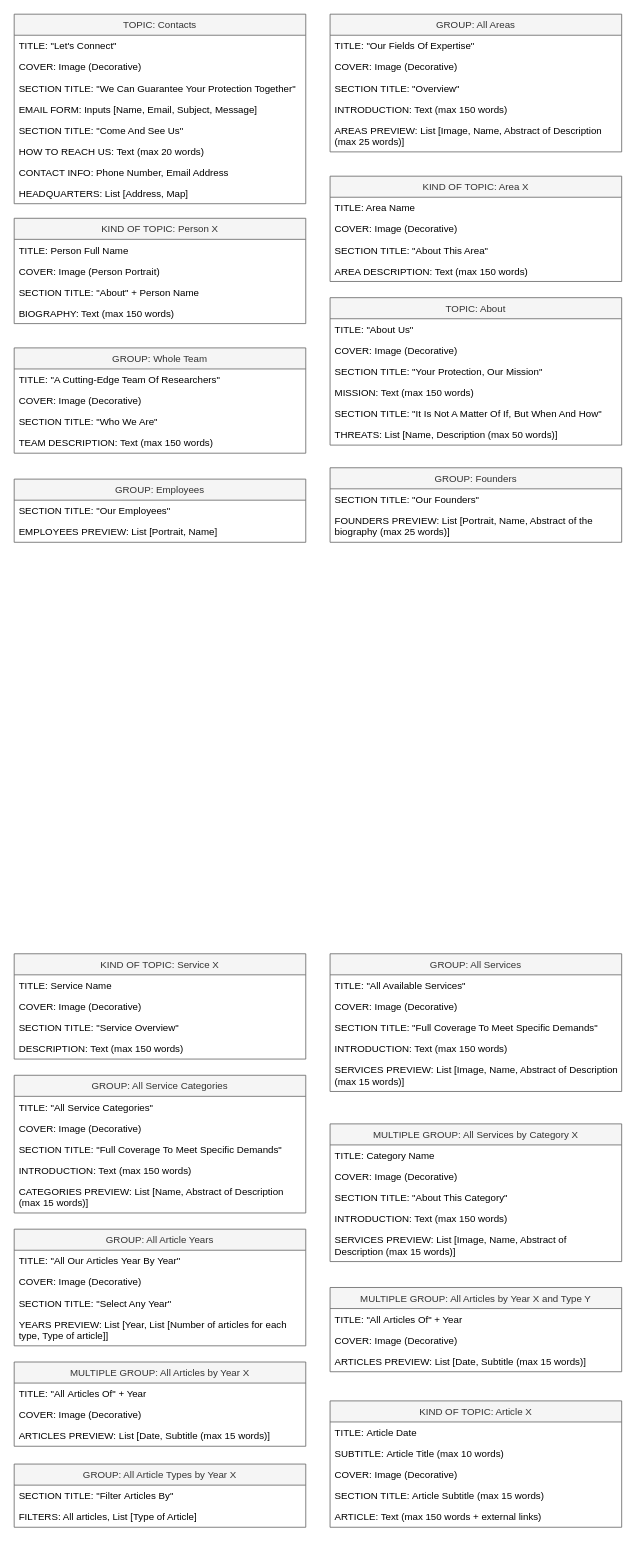
The draw.io diagram page "C-IDM Small" (2 of 3) of design document/models/C-IDM + Mapping.drawio in lorenzofratus/secure-network-rebrand, before the edit. Source tidied: cells renumbered, new cells numbered last; positions are measured from the earlier drawing's top-left corner, leaving out a move shared by most shapes. Both pictures are drawn from the tidied source at 81%, with x=0, y=0 at pixel (14, 14).
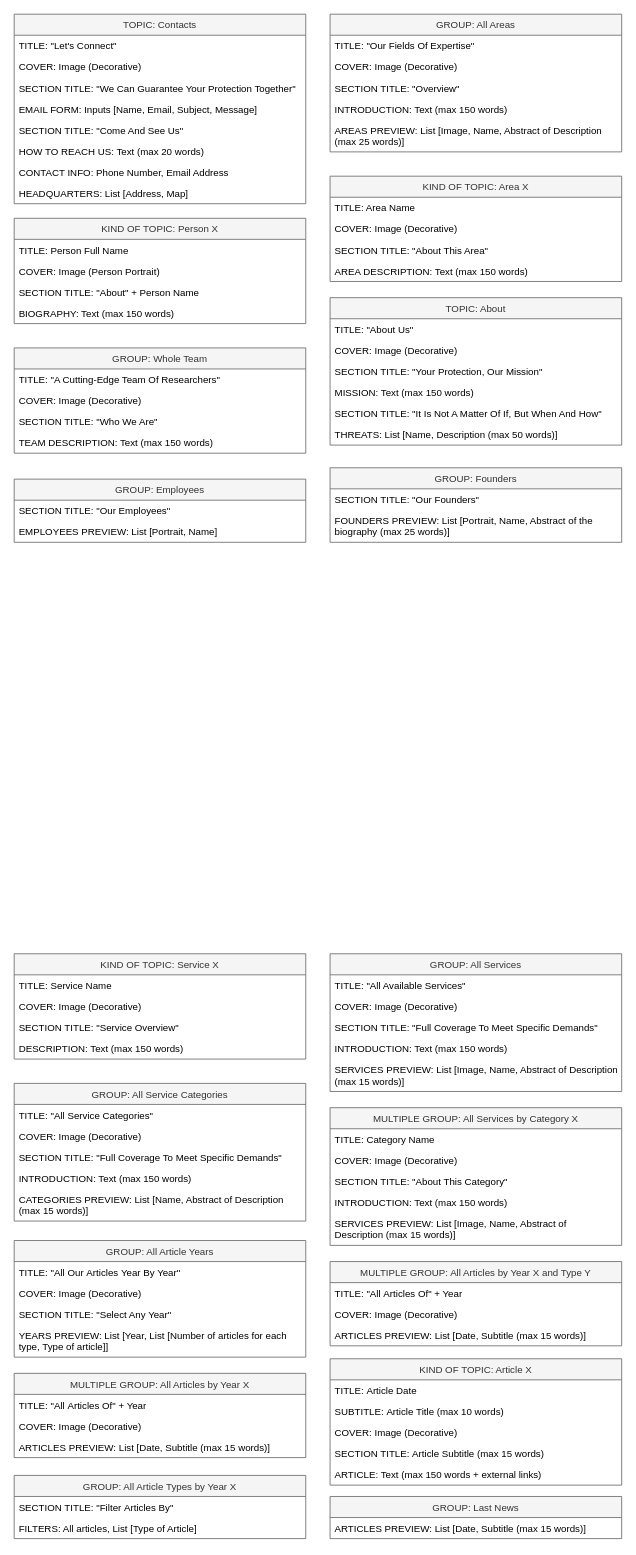
The same diagram, later.

The edit, as a diff of the source:
```diff
@@
     <mxCell id="51" value="GROUP: All Service Categories" style="swimlane;fontStyle=0;horizontal=1;startSize=26;align=center;fillColor=#f5f5f5;strokeColor=#666666;fontColor=#333333;" parent="1" vertex="1">
-      <mxGeometry y="1310" width="360" height="170" as="geometry" />
+      <mxGeometry y="1320" width="360" height="170" as="geometry" />
     </mxCell>
@@
     <mxCell id="57" value="MULTIPLE GROUP: All Services by Category X" style="swimlane;fontStyle=0;horizontal=1;startSize=26;align=center;fillColor=#f5f5f5;strokeColor=#666666;fontColor=#333333;" parent="1" vertex="1">
-      <mxGeometry x="390" y="1370" width="360" height="170" as="geometry" />
+      <mxGeometry x="390" y="1350" width="360" height="170" as="geometry" />
     </mxCell>
@@
     <mxCell id="68" value="GROUP: All Article Years" style="swimlane;fontStyle=0;horizontal=1;startSize=26;align=center;fillColor=#f5f5f5;strokeColor=#666666;fontColor=#333333;" parent="1" vertex="1">
-      <mxGeometry y="1500" width="360" height="144" as="geometry" />
+      <mxGeometry y="1514" width="360" height="144" as="geometry" />
     </mxCell>
@@
     <mxCell id="73" value="MULTIPLE GROUP: All Articles by Year X" style="swimlane;fontStyle=0;horizontal=1;startSize=26;align=center;fillColor=#f5f5f5;strokeColor=#666666;fontColor=#333333;" parent="1" vertex="1">
-      <mxGeometry y="1664" width="360" height="104" as="geometry" />
+      <mxGeometry y="1678" width="360" height="104" as="geometry" />
     </mxCell>
@@
     <mxCell id="77" value="GROUP: All Article Types by Year X" style="swimlane;fontStyle=0;horizontal=1;startSize=26;align=center;fillColor=#f5f5f5;strokeColor=#666666;fontColor=#333333;" parent="1" vertex="1">
-      <mxGeometry y="1790" width="360" height="78" as="geometry" />
+      <mxGeometry y="1804" width="360" height="78" as="geometry" />
     </mxCell>
@@
     <mxCell id="80" value="MULTIPLE GROUP: All Articles by Year X and Type Y" style="swimlane;fontStyle=0;horizontal=1;startSize=26;align=center;fillColor=#f5f5f5;strokeColor=#666666;fontColor=#333333;" parent="1" vertex="1">
-      <mxGeometry x="390" y="1572" width="360" height="104" as="geometry" />
+      <mxGeometry x="390" y="1540" width="360" height="104" as="geometry" />
     </mxCell>
@@
     <mxCell id="84" value="KIND OF TOPIC: Article X" style="swimlane;fontStyle=0;horizontal=1;startSize=26;align=center;fillColor=#f5f5f5;strokeColor=#666666;fontColor=#333333;" parent="1" vertex="1">
-      <mxGeometry x="390" y="1712" width="360" height="156" as="geometry" />
+      <mxGeometry x="390" y="1660" width="360" height="156" as="geometry" />
     </mxCell>
@@
+    <mxCell id="90" value="&lt;span style=&quot;&quot;&gt;&lt;/span&gt;" style="text;whiteSpace=wrap;html=1;" parent="1" vertex="1">
+      <mxGeometry x="140" y="1824" width="30" height="20" as="geometry" />
+    </mxCell>
+    <mxCell id="91" value="GROUP: Last News" style="swimlane;fontStyle=0;horizontal=1;startSize=26;align=center;fillColor=#f5f5f5;strokeColor=#666666;fontColor=#333333;" parent="1" vertex="1">
+      <mxGeometry x="390" y="1830" width="360" height="52" as="geometry" />
+    </mxCell>
+    <mxCell id="92" value="ARTICLES PREVIEW: List [Date, Subtitle (max 15 words)]" style="text;align=left;verticalAlign=top;spacingLeft=4;spacingRight=4;overflow=hidden;" parent="91" vertex="1">
+      <mxGeometry y="26" width="360" height="26" as="geometry" />
+    </mxCell>
```
